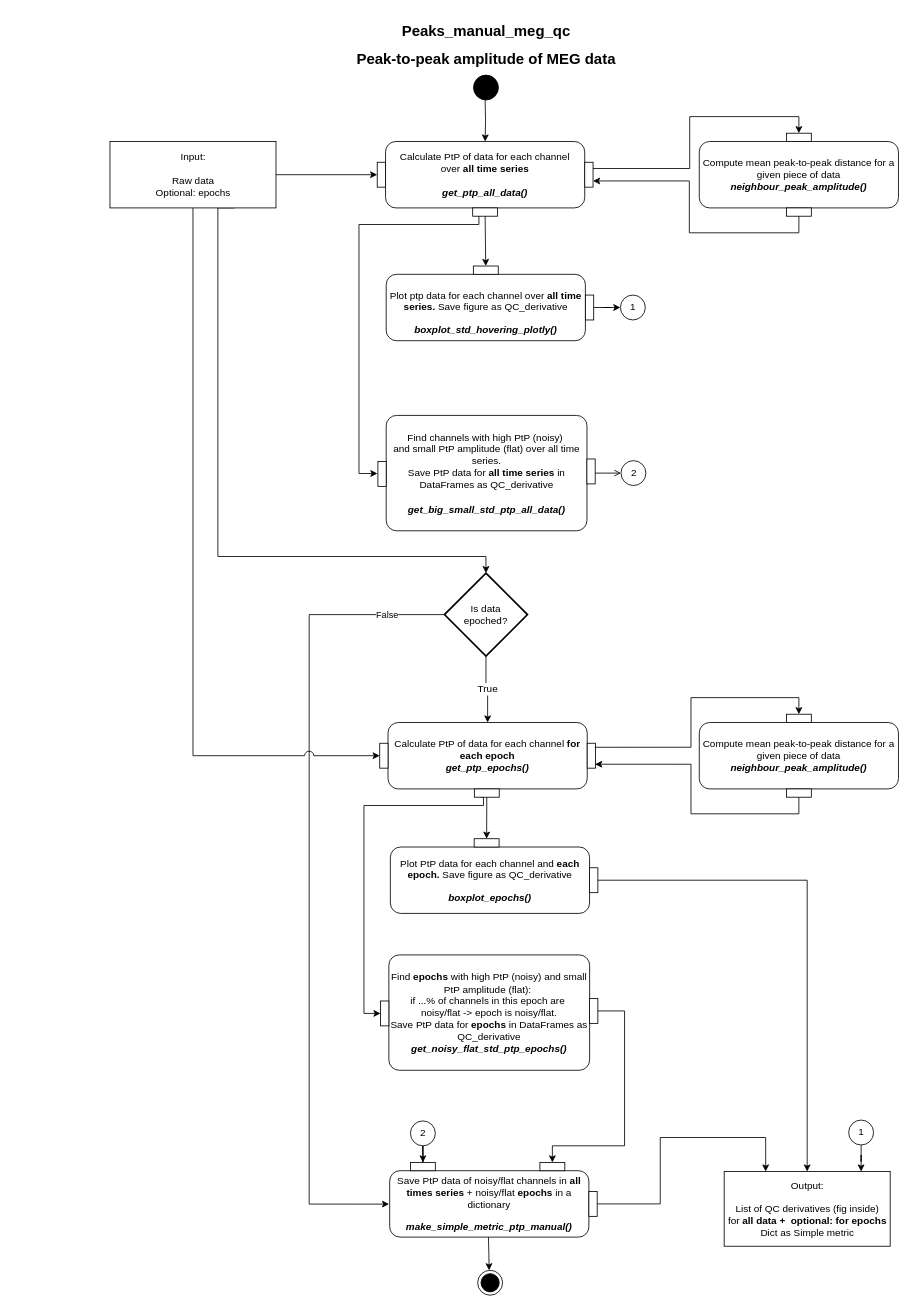
This is docs/diagrams/_PtP_manual_UML2.5.drawio from oldgandalf/MEGqcJorge, a draw.io file, before an edit. Source tidied: cells renumbered, new cells numbered last; positions are measured from the earlier drawing's top-left corner, leaving out a move shared by most shapes. Both pictures are drawn from the tidied source at 83%, with x=0, y=0 at pixel (14, 17).
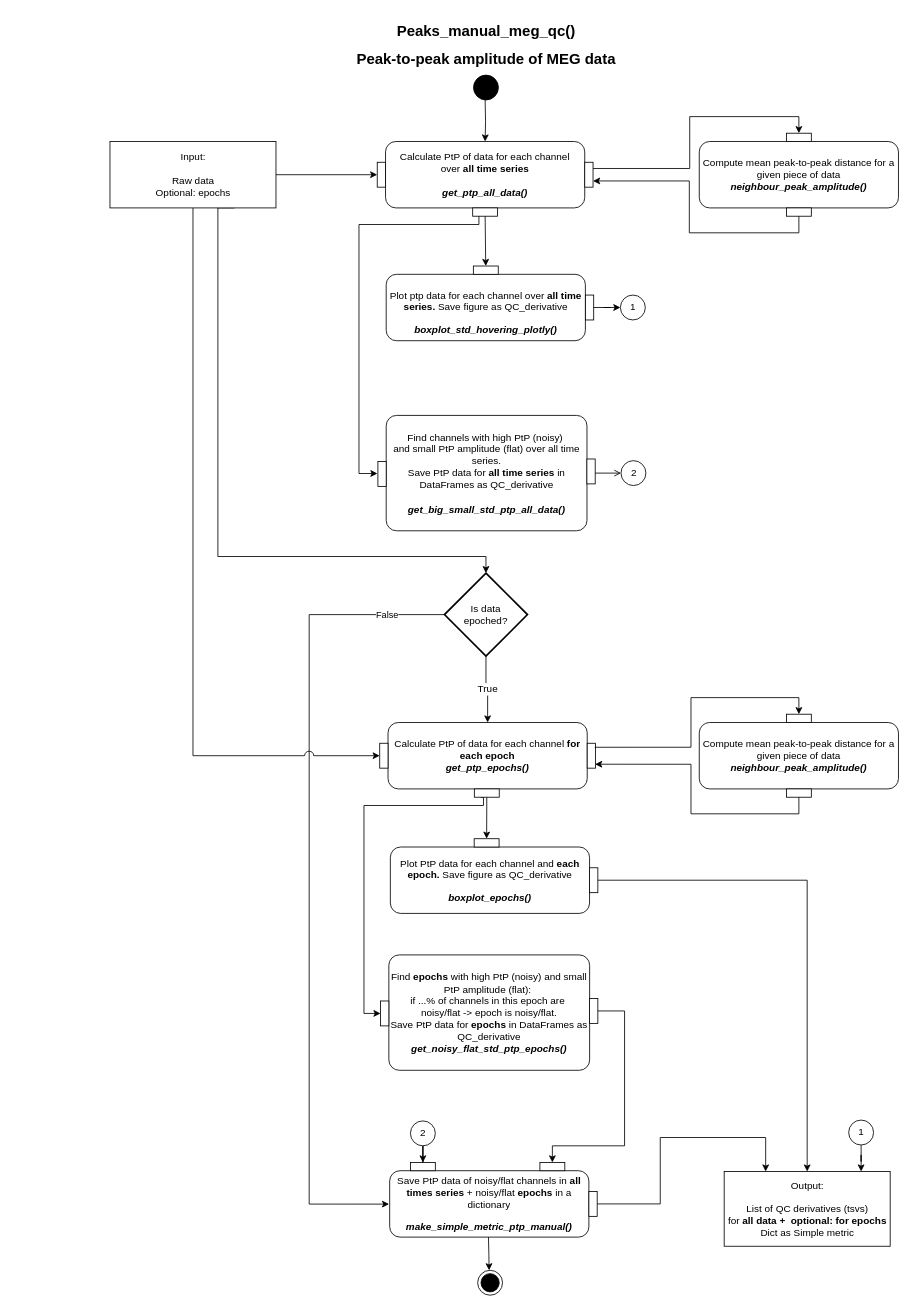
The same diagram, later.

The edit, as a diff of the source:
```diff
@@
-    <mxCell id="2" value="&lt;font style=&quot;font-size: 18px;&quot;&gt;Peaks_manual_meg_qc&lt;br style=&quot;border-color: var(--border-color);&quot;&gt;&lt;font style=&quot;border-color: var(--border-color); font-size: 18px;&quot;&gt;Peak-to-peak amplitude of MEG data&lt;/font&gt;&lt;/font&gt;" style="text;strokeColor=none;fillColor=none;html=1;fontSize=28;fontStyle=1;verticalAlign=middle;align=center;fontFamily=Helvetica;" parent="1" vertex="1">
+    <mxCell id="2" value="&lt;font style=&quot;font-size: 18px;&quot;&gt;Peaks_manual_meg_qc()&lt;br style=&quot;border-color: var(--border-color);&quot;&gt;&lt;font style=&quot;border-color: var(--border-color); font-size: 18px;&quot;&gt;Peak-to-peak amplitude of MEG data&lt;/font&gt;&lt;/font&gt;" style="text;strokeColor=none;fillColor=none;html=1;fontSize=28;fontStyle=1;verticalAlign=middle;align=center;fontFamily=Helvetica;" parent="1" vertex="1">
       <mxGeometry x="63" width="1010" height="60" as="geometry" />
     </mxCell>
@@
-    <mxCell id="31" value="Output:&lt;br&gt;&lt;br&gt;List of QC derivatives (fig inside) &lt;br&gt;for &lt;b&gt;all data +&amp;nbsp; optional: for epochs&lt;/b&gt;&lt;br&gt;Dict as Simple metric" style="html=1;dashed=0;fontFamily=Helvetica;fontSize=12;fontColor=rgb(0, 0, 0);align=center;strokeColor=rgb(0, 0, 0);fillColor=rgb(255, 255, 255);" parent="1" vertex="1">
+    <mxCell id="31" value="Output:&lt;br&gt;&lt;br&gt;List of QC derivatives (tsvs) &lt;br&gt;for &lt;b&gt;all data +&amp;nbsp; optional: for epochs&lt;/b&gt;&lt;br&gt;Dict as Simple metric" style="html=1;dashed=0;fontFamily=Helvetica;fontSize=12;fontColor=rgb(0, 0, 0);align=center;strokeColor=rgb(0, 0, 0);fillColor=rgb(255, 255, 255);" parent="1" vertex="1">
       <mxGeometry x="855" y="1391" width="200" height="90" as="geometry" />
     </mxCell>
```
